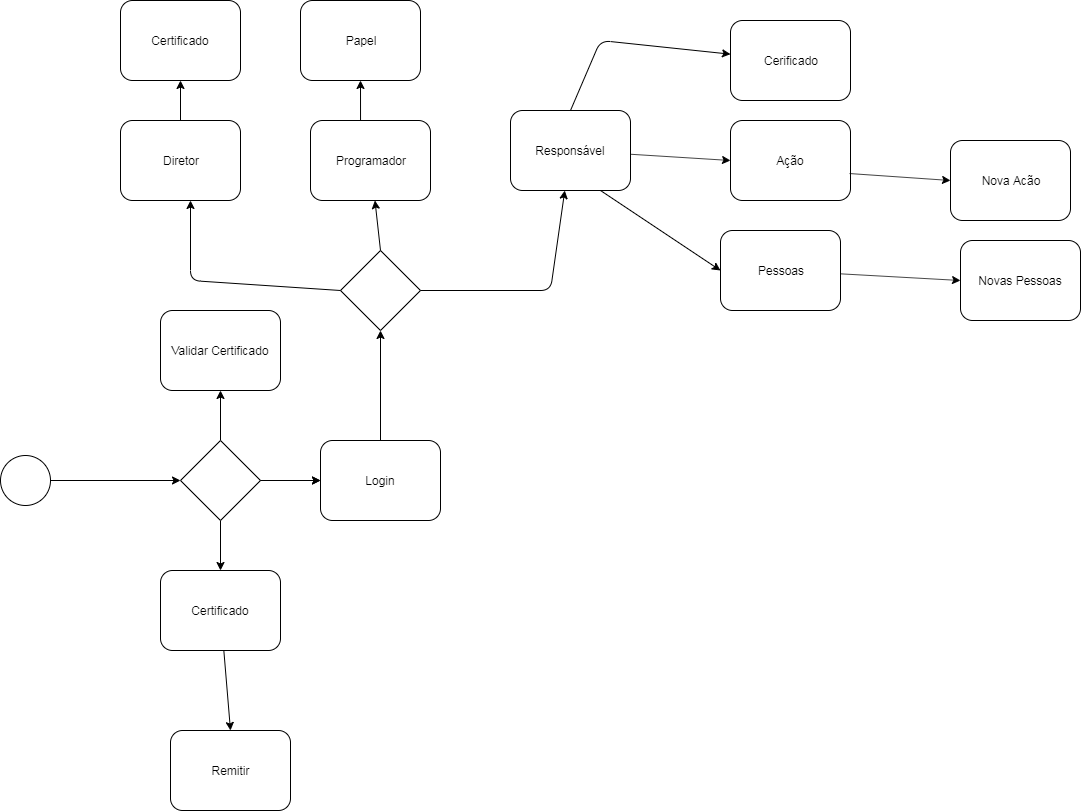
technocientista/certificado keeps this draw.io diagram as Documentos/Fluxograma_certificado_v0.1.png. Above is the earlier version. Source tidied: cells renumbered, new cells last; positions are measured from the earlier drawing's top-left corner, leaving out a move shared by most shapes.
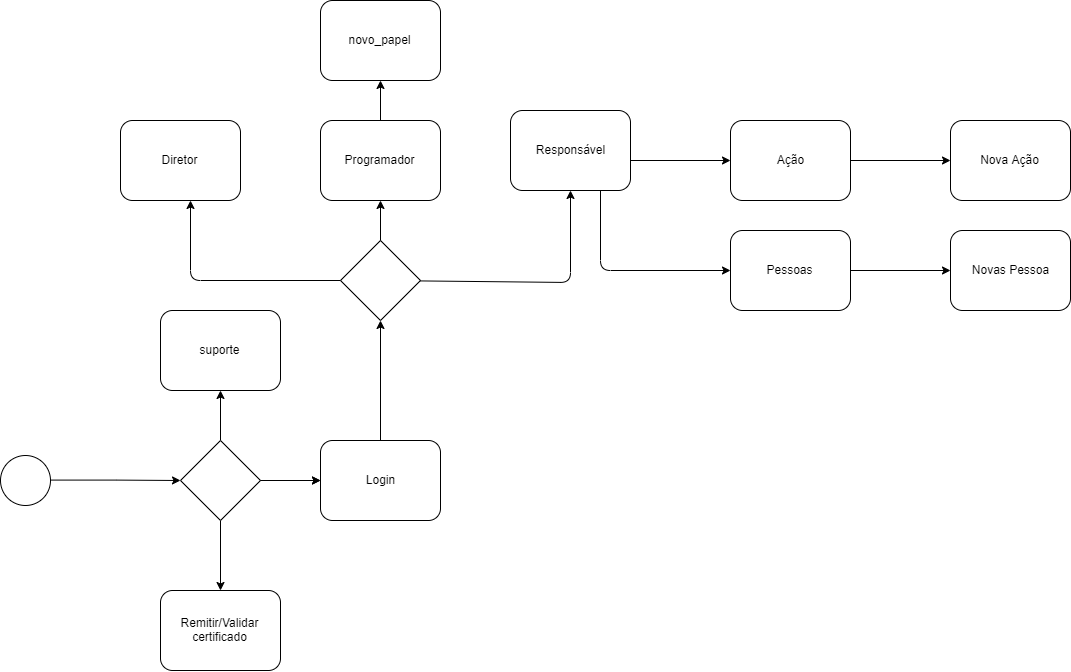
After the commit.

Diff of the diagram source:
```diff
@@ -9,45 +9,39 @@
       <mxGeometry x="320" y="440" width="120" height="80" as="geometry" />
     </mxCell>
     <mxCell id="4" style="rhombus;whiteSpace=wrap;html=1;" parent="1" vertex="1">
-      <mxGeometry x="340" y="250" width="80" height="80" as="geometry" />
+      <mxGeometry x="340" y="240" width="80" height="80" as="geometry" />
     </mxCell>
     <mxCell id="5" value="Diretor" style="shape=ext;rounded=1;html=1;whiteSpace=wrap;" parent="1" vertex="1">
       <mxGeometry x="120" y="120" width="120" height="80" as="geometry" />
     </mxCell>
     <mxCell id="6" value="Programador&lt;br&gt;" style="shape=ext;rounded=1;html=1;whiteSpace=wrap;" parent="1" vertex="1">
-      <mxGeometry x="310" y="120" width="120" height="80" as="geometry" />
+      <mxGeometry x="320" y="120" width="120" height="80" as="geometry" />
     </mxCell>
     <mxCell id="7" value="Responsável" style="shape=ext;rounded=1;html=1;whiteSpace=wrap;" parent="1" vertex="1">
       <mxGeometry x="510" y="110" width="120" height="80" as="geometry" />
     </mxCell>
-    <mxCell id="8" value="Certificado" style="shape=ext;rounded=1;html=1;whiteSpace=wrap;" parent="1" vertex="1">
-      <mxGeometry x="160" y="570" width="120" height="80" as="geometry" />
-    </mxCell>
-    <mxCell id="9" value="Remitir" style="shape=ext;rounded=1;html=1;whiteSpace=wrap;" parent="1" vertex="1">
-      <mxGeometry x="170" y="730" width="120" height="80" as="geometry" />
+    <mxCell id="9" value="Remitir/Validar certificado" style="shape=ext;rounded=1;html=1;whiteSpace=wrap;" parent="1" vertex="1">
+      <mxGeometry x="160" y="590" width="120" height="80" as="geometry" />
     </mxCell>
-    <mxCell id="10" style="endArrow=classic;html=1;entryX=0.5;entryY=0;entryDx=0;entryDy=0;" parent="1" edge="1" source="8" target="9">
+    <mxCell id="10" style="endArrow=classic;html=1;entryX=0.5;entryY=0;entryDx=0;entryDy=0;exitX=0.5;exitY=1;exitDx=0;exitDy=0;" parent="1" edge="1" source="31" target="9">
       <mxGeometry relative="1" as="geometry" />
     </mxCell>
-    <mxCell id="11" value="Cerificado&lt;span style=&quot;font-family: &amp;#34;helvetica&amp;#34; , &amp;#34;arial&amp;#34; , sans-serif ; font-size: 0px ; white-space: nowrap&quot;&gt;%3CmxGraphModel%3E%3Croot%3E%3CmxCell%20id%3D%220%22%2F%3E%3CmxCell%20id%3D%221%22%20parent%3D%220%22%2F%3E%3CmxCell%20id%3D%222%22%20value%3D%22Validar%20e%20remitir%20certificado%22%20style%3D%22shape%3Dext%3Brounded%3D1%3Bhtml%3D1%3BwhiteSpace%3Dwrap%3B%22%20vertex%3D%221%22%20parent%3D%221%22%3E%3CmxGeometry%20x%3D%22740%22%20y%3D%22400%22%20width%3D%22120%22%20height%3D%2280%22%20as%3D%22geometry%22%2F%3E%3C%2FmxCell%3E%3C%2Froot%3E%3C%2FmxGraphModel%3E&lt;/span&gt;&lt;span style=&quot;font-family: &amp;#34;helvetica&amp;#34; , &amp;#34;arial&amp;#34; , sans-serif ; font-size: 0px ; white-space: nowrap&quot;&gt;%3CmxGraphModel%3E%3Croot%3E%3CmxCell%20id%3D%220%22%2F%3E%3CmxCell%20id%3D%221%22%20parent%3D%220%22%2F%3E%3CmxCell%20id%3D%222%22%20value%3D%22Validar%20e%20remitir%20certificado%22%20style%3D%22shape%3Dext%3Brounded%3D1%3Bhtml%3D1%3BwhiteSpace%3Dwrap%3B%22%20vertex%3D%221%22%20parent%3D%221%22%3E%3CmxGeometry%20x%3D%22740%22%20y%3D%22400%22%20width%3D%22120%22%20height%3D%2280%22%20as%3D%22geometry%22%2F%3E%3C%2FmxCell%3E%3C%2Froot%3E%3C%2FmxGraphModel%3E&lt;/span&gt;" style="shape=ext;rounded=1;html=1;whiteSpace=wrap;" parent="1" vertex="1">
-      <mxGeometry x="730" y="20" width="120" height="80" as="geometry" />
-    </mxCell>
     <mxCell id="12" value="Ação" style="shape=ext;rounded=1;html=1;whiteSpace=wrap;" parent="1" vertex="1">
       <mxGeometry x="730" y="120" width="120" height="80" as="geometry" />
     </mxCell>
     <mxCell id="13" value="Pessoas" style="shape=ext;rounded=1;html=1;whiteSpace=wrap;" parent="1" vertex="1">
-      <mxGeometry x="720" y="230" width="120" height="80" as="geometry" />
+      <mxGeometry x="730" y="230" width="120" height="80" as="geometry" />
     </mxCell>
-    <mxCell id="14" value="Papel" style="shape=ext;rounded=1;html=1;whiteSpace=wrap;" parent="1" vertex="1">
-      <mxGeometry x="300" width="120" height="80" as="geometry" />
+    <mxCell id="14" value="novo_papel" style="shape=ext;rounded=1;html=1;whiteSpace=wrap;" parent="1" vertex="1">
+      <mxGeometry x="320" width="120" height="80" as="geometry" />
     </mxCell>
-    <mxCell id="15" value="Nova Acão" style="shape=ext;rounded=1;html=1;whiteSpace=wrap;" parent="1" vertex="1">
-      <mxGeometry x="950" y="140" width="120" height="80" as="geometry" />
+    <mxCell id="15" value="Nova Ação" style="shape=ext;rounded=1;html=1;whiteSpace=wrap;" parent="1" vertex="1">
+      <mxGeometry x="950" y="120" width="120" height="80" as="geometry" />
     </mxCell>
-    <mxCell id="16" value="Novas Pessoas" style="shape=ext;rounded=1;html=1;whiteSpace=wrap;" parent="1" vertex="1">
-      <mxGeometry x="960" y="240" width="120" height="80" as="geometry" />
+    <mxCell id="16" value="Novas Pessoa" style="shape=ext;rounded=1;html=1;whiteSpace=wrap;" parent="1" vertex="1">
+      <mxGeometry x="950" y="230" width="120" height="80" as="geometry" />
     </mxCell>
-    <mxCell id="17" style="endArrow=classic;html=1;entryX=0;entryY=0.5;entryDx=0;entryDy=0;exitX=0.992;exitY=0.663;exitDx=0;exitDy=0;exitPerimeter=0;" parent="1" edge="1" source="12" target="15">
+    <mxCell id="17" style="endArrow=classic;html=1;entryX=0;entryY=0.5;entryDx=0;entryDy=0;exitX=1;exitY=0.5;exitDx=0;exitDy=0;" parent="1" edge="1" source="12" target="15">
       <mxGeometry relative="1" as="geometry" />
     </mxCell>
     <mxCell id="18" style="endArrow=classic;html=1;exitX=0.5;exitY=0;exitDx=0;exitDy=0;entryX=0.5;entryY=1;entryDx=0;entryDy=0;" parent="1" edge="1" source="3" target="4">
@@ -64,38 +58,28 @@
     <mxCell id="20" style="endArrow=classic;html=1;exitX=0.5;exitY=0;exitDx=0;exitDy=0;" parent="1" edge="1" source="4" target="6">
       <mxGeometry relative="1" as="geometry" />
     </mxCell>
-    <mxCell id="21" style="endArrow=classic;html=1;" parent="1" edge="1" source="4" target="7">
+    <mxCell id="21" style="endArrow=classic;html=1;entryX=0.5;entryY=1;entryDx=0;entryDy=0;" parent="1" edge="1" source="4" target="7">
       <mxGeometry relative="1" as="geometry">
         <Array as="points">
-          <mxPoint x="550" y="290" />
+          <mxPoint x="570" y="282" />
         </Array>
       </mxGeometry>
     </mxCell>
-    <mxCell id="22" style="endArrow=classic;html=1;entryX=0.5;entryY=1;entryDx=0;entryDy=0;exitX=0.417;exitY=0;exitDx=0;exitDy=0;exitPerimeter=0;" parent="1" edge="1" source="6" target="14">
+    <mxCell id="22" style="endArrow=classic;html=1;entryX=0.5;entryY=1;entryDx=0;entryDy=0;exitX=0.5;exitY=0;exitDx=0;exitDy=0;" parent="1" edge="1" source="6" target="14">
       <mxGeometry relative="1" as="geometry" />
     </mxCell>
-    <mxCell id="23" style="endArrow=classic;html=1;exitX=0.5;exitY=0;exitDx=0;exitDy=0;" parent="1" edge="1" source="7" target="11">
-      <mxGeometry relative="1" as="geometry">
-        <Array as="points">
-          <mxPoint x="600" y="40" />
-        </Array>
-      </mxGeometry>
-    </mxCell>
     <mxCell id="24" style="endArrow=classic;html=1;exitX=0.75;exitY=1;exitDx=0;exitDy=0;entryX=0;entryY=0.5;entryDx=0;entryDy=0;" parent="1" edge="1" source="7" target="13">
-      <mxGeometry relative="1" as="geometry" />
+      <mxGeometry relative="1" as="geometry">
+        <Array as="points">
+          <mxPoint x="600" y="270" />
+        </Array>
+      </mxGeometry>
     </mxCell>
-    <mxCell id="25" style="endArrow=classic;html=1;entryX=0;entryY=0.5;entryDx=0;entryDy=0;" parent="1" edge="1" source="7" target="12">
-      <mxGeometry relative="1" as="geometry" />
+    <mxCell id="25" style="endArrow=classic;html=1;entryX=0;entryY=0.5;entryDx=0;entryDy=0;" parent="1" edge="1" target="12">
+      <mxGeometry relative="1" as="geometry">
+        <mxPoint x="630" y="160" as="sourcePoint" />
+      </mxGeometry>
     </mxCell>
-    <mxCell id="26" style="endArrow=classic;html=1;entryX=0.5;entryY=0;entryDx=0;entryDy=0;exitX=0.5;exitY=1;exitDx=0;exitDy=0;" parent="1" edge="1" source="31" target="8">
-      <mxGeometry relative="1" as="geometry" />
-    </mxCell>
-    <mxCell id="27" value="Certificado" style="shape=ext;rounded=1;html=1;whiteSpace=wrap;" parent="1" vertex="1">
-      <mxGeometry x="120" width="120" height="80" as="geometry" />
-    </mxCell>
-    <mxCell id="28" style="endArrow=classic;html=1;exitX=0.5;exitY=0;exitDx=0;exitDy=0;" parent="1" edge="1" source="5" target="27">
-      <mxGeometry relative="1" as="geometry" />
-    </mxCell>
     <mxCell id="29" style="endArrow=classic;html=1;exitX=0.5;exitY=0;exitDx=0;exitDy=0;" parent="1" edge="1" source="31">
       <mxGeometry relative="1" as="geometry">
         <mxPoint x="220" y="390" as="targetPoint" />
@@ -115,7 +99,7 @@
         <mxPoint x="180" y="480" as="targetPoint" />
       </mxGeometry>
     </mxCell>
-    <mxCell id="34" value="Validar Certificado" style="shape=ext;rounded=1;html=1;whiteSpace=wrap;" parent="1" vertex="1">
+    <mxCell id="34" value="suporte" style="shape=ext;rounded=1;html=1;whiteSpace=wrap;" parent="1" vertex="1">
       <mxGeometry x="160" y="310" width="120" height="80" as="geometry" />
     </mxCell>
     <mxCell id="35" style="endArrow=classic;html=1;entryX=0;entryY=0.5;entryDx=0;entryDy=0;" parent="1" edge="1" source="13" target="16">
```
